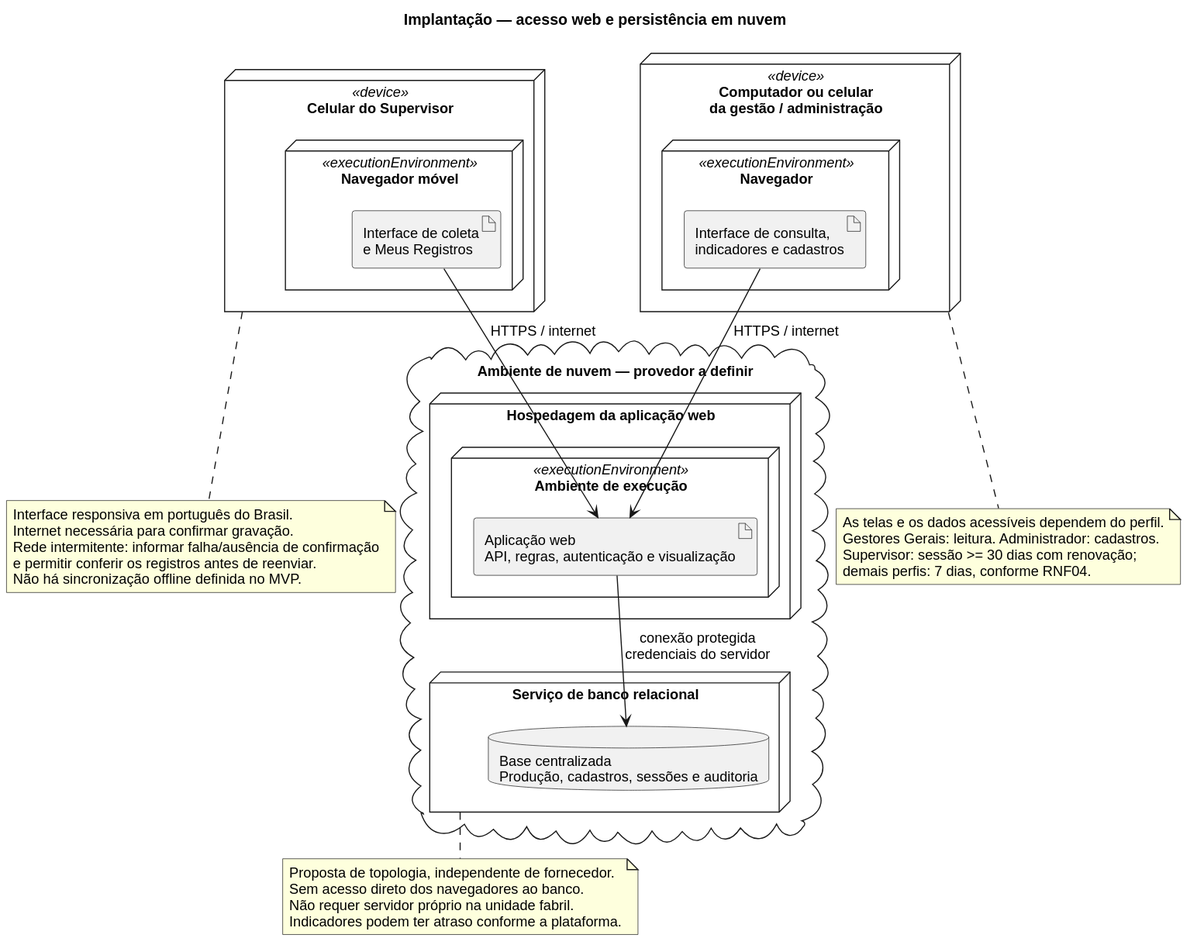
Above: docs/uml/svg/10_implantacao.svg in emilynerys/Projeto-Cer-mica-SOCRE (PlantUML), before the change. Source of this version:
```plantuml
@startuml
!pragma layout smetana
skinparam shadowing false
skinparam defaultFontName Arial
skinparam defaultFontSize 13
title Implantação — acesso web e persistência em nuvem

node "Celular do Supervisor" as Celular <<device>> {
  node "Navegador móvel" as BrowserSupervisor <<executionEnvironment>> {
    artifact "Interface de coleta\ne Meus Registros" as Coleta
  }
}

node "Computador ou celular\nda gestão / administração" as Computador <<device>> {
  node "Navegador" as BrowserGestao <<executionEnvironment>> {
    artifact "Interface de consulta,\nindicadores e cadastros" as Gestao
  }
}

cloud "Ambiente de nuvem — provedor a definir" {
  node "Hospedagem da aplicação web" as HostApp {
    node "Ambiente de execução" as Runtime <<executionEnvironment>> {
      artifact "Aplicação web\nAPI, regras, autenticação e visualização" as App
    }
  }
  node "Serviço de banco relacional" as HostBD {
    database "Base centralizada\nProdução, cadastros, sessões e auditoria" as BD
  }
}

Coleta --> App : HTTPS / internet
Gestao --> App : HTTPS / internet
App --> BD : conexão protegida\ncredenciais do servidor

note bottom of Celular
  Interface responsiva em português do Brasil.
  Internet necessária para confirmar gravação.
  Rede intermitente: informar falha/ausência de confirmação
  e permitir conferir os registros antes de reenviar.
  Não há sincronização offline definida no MVP.
end note
note bottom of Computador
  As telas e os dados acessíveis dependem do perfil.
  Gestores Gerais: leitura. Administrador: cadastros.
  Supervisor: sessão >= 30 dias com renovação;
  demais perfis: 7 dias, conforme RNF04.
end note
note bottom of HostBD
  Proposta de topologia, independente de fornecedor.
  Sem acesso direto dos navegadores ao banco.
  Não requer servidor próprio na unidade fabril.
  Indicadores podem ter atraso conforme a plataforma.
end note
@enduml
```
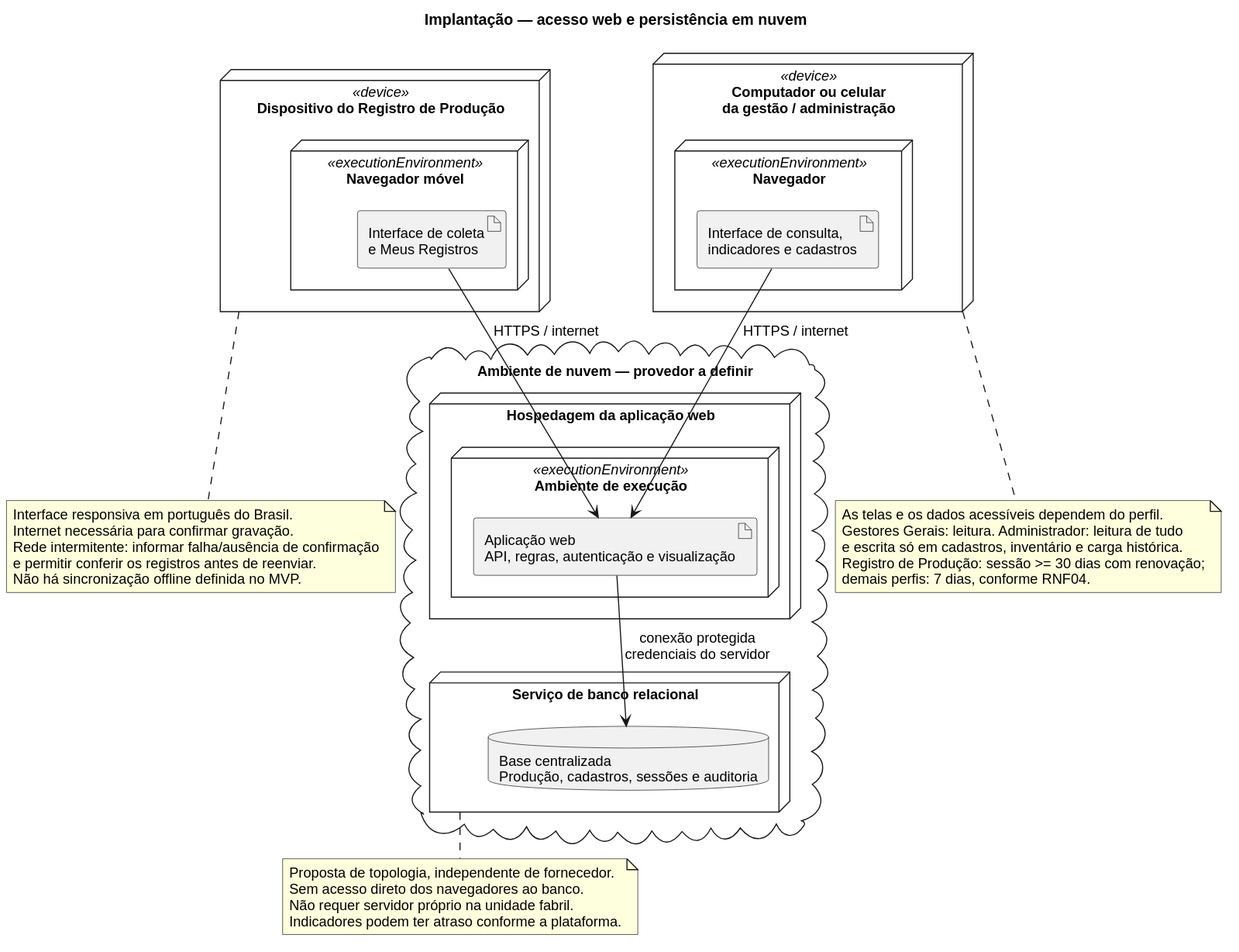
The same diagram one commit later.

The edit, as a diff of the source:
```diff
@@ -5,8 +5,8 @@
 skinparam defaultFontSize 13
 title Implantação — acesso web e persistência em nuvem
 
-node "Celular do Supervisor" as Celular <<device>> {
-  node "Navegador móvel" as BrowserSupervisor <<executionEnvironment>> {
+node "Dispositivo do Registro de Produção" as Celular <<device>> {
+  node "Navegador móvel" as BrowserRegistro <<executionEnvironment>> {
     artifact "Interface de coleta\ne Meus Registros" as Coleta
   }
 }
@@ -41,8 +41,9 @@
 end note
 note bottom of Computador
   As telas e os dados acessíveis dependem do perfil.
-  Gestores Gerais: leitura. Administrador: cadastros.
-  Supervisor: sessão >= 30 dias com renovação;
+  Gestores Gerais: leitura. Administrador: leitura de tudo
+  e escrita só em cadastros, inventário e carga histórica.
+  Registro de Produção: sessão >= 30 dias com renovação;
   demais perfis: 7 dias, conforme RNF04.
 end note
 note bottom of HostBD
```
